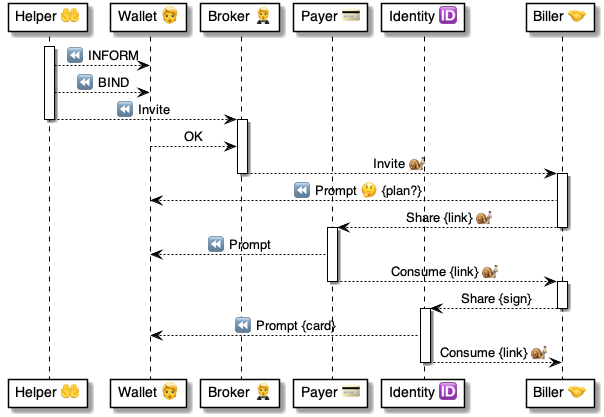
pollyweb-org/pollyweb-docs keeps this PlantUML diagram as 4 ⚙️ Solution/41 🎭 Domain Roles/Suppliers 🏭/🏭⏩ Helper flows/Register ⏩/🤲 Helper ⚙️ Register.png. Above is the earlier version. Its source is kept beside it as 4 ⚙️ Solution/41 🎭 Domain Roles/Suppliers 🏭/🏭⏩ Helper flows/Register ⏩/🤲 Helper ⚙️ Register.puml.
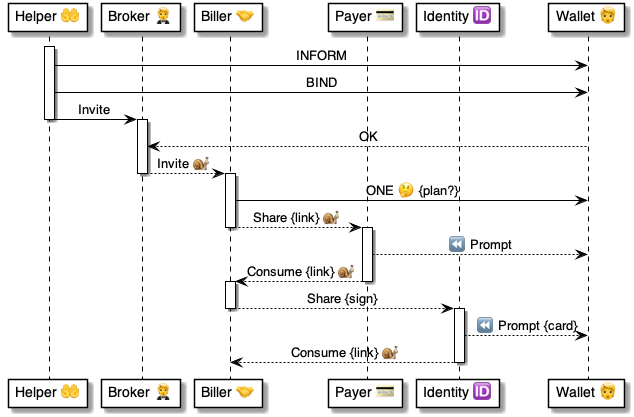
Later version of the same file.

Change to the diagram source:
```diff
@@ -1,16 +1,16 @@
 @startuml Present
 
 participant "Helper 🤲" as helper
-participant "Wallet 🧑" as user
 participant "Broker 🤵" as broker
+participant "Biller 🤝" as biller
 participant "Payer 💳" as payer
 participant "Identity 🆔" as id
-participant "Biller 🤝" as biller
+participant "Wallet 🧑" as user
 
 activate helper
-    helper --> user: ⏪ INFORM
-    helper --> user: ⏪ BIND
-    helper --> broker: ⏪ Invite
+    helper -> user: INFORM
+    helper -> user: BIND
+    helper -> broker: Invite
 deactivate helper
 
 activate broker
@@ -19,7 +19,7 @@
 deactivate broker
 
 activate biller
-    biller --> user: ⏪ Prompt 🤔 {plan?}
+    biller -> user: ONE 🤔 {plan?}
     biller --> payer: Share {link} 🐌
 deactivate biller
 
```
